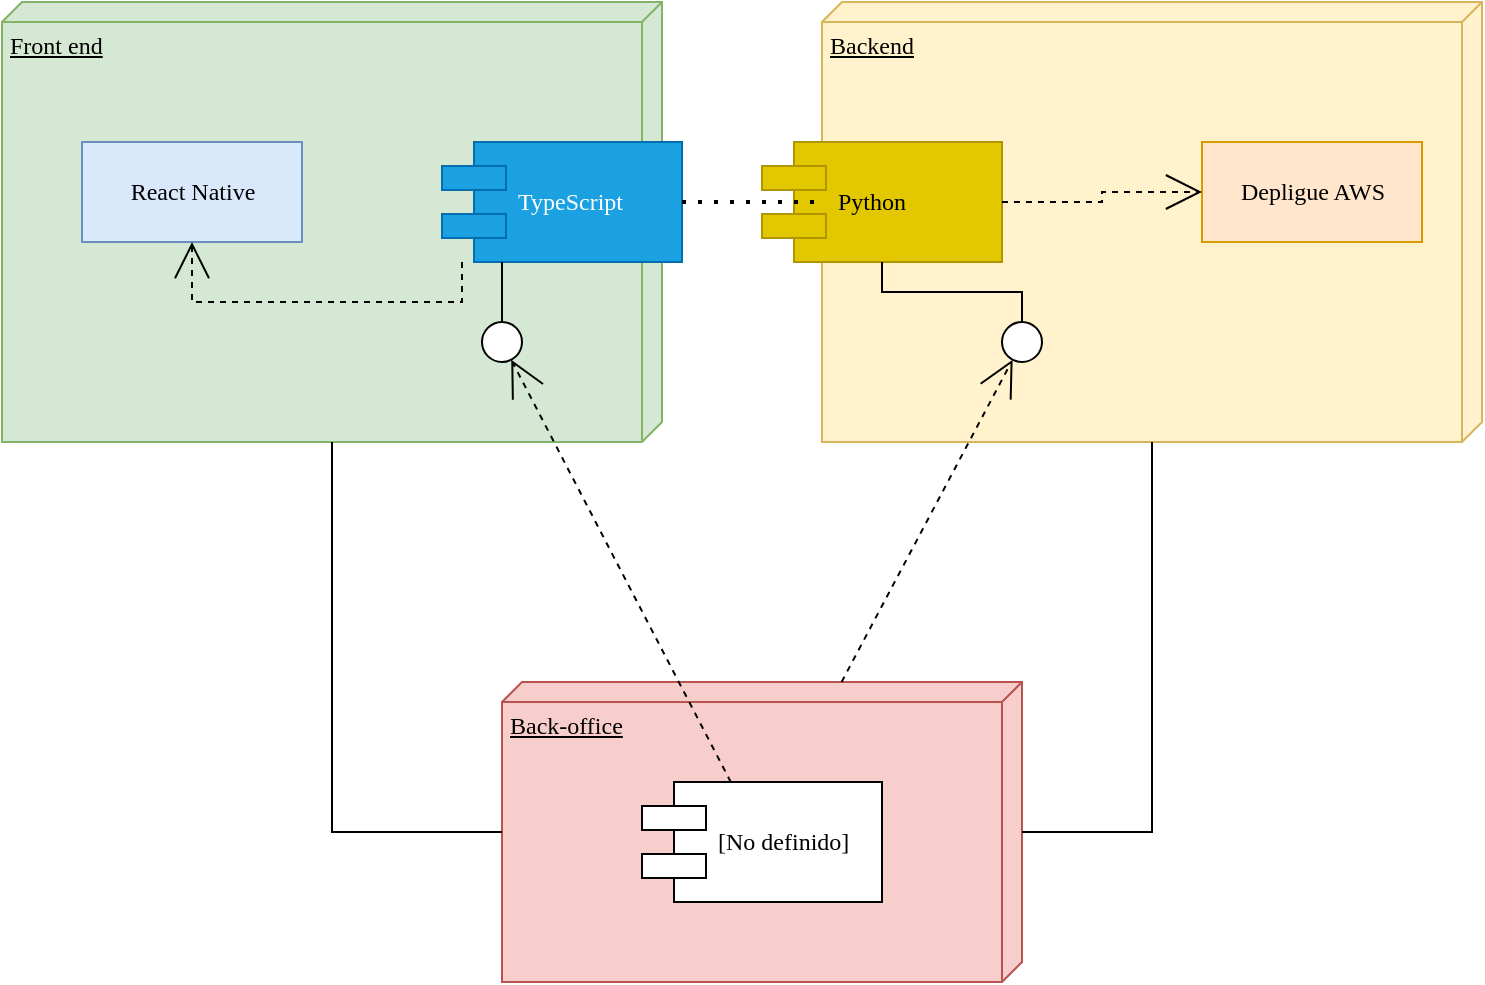
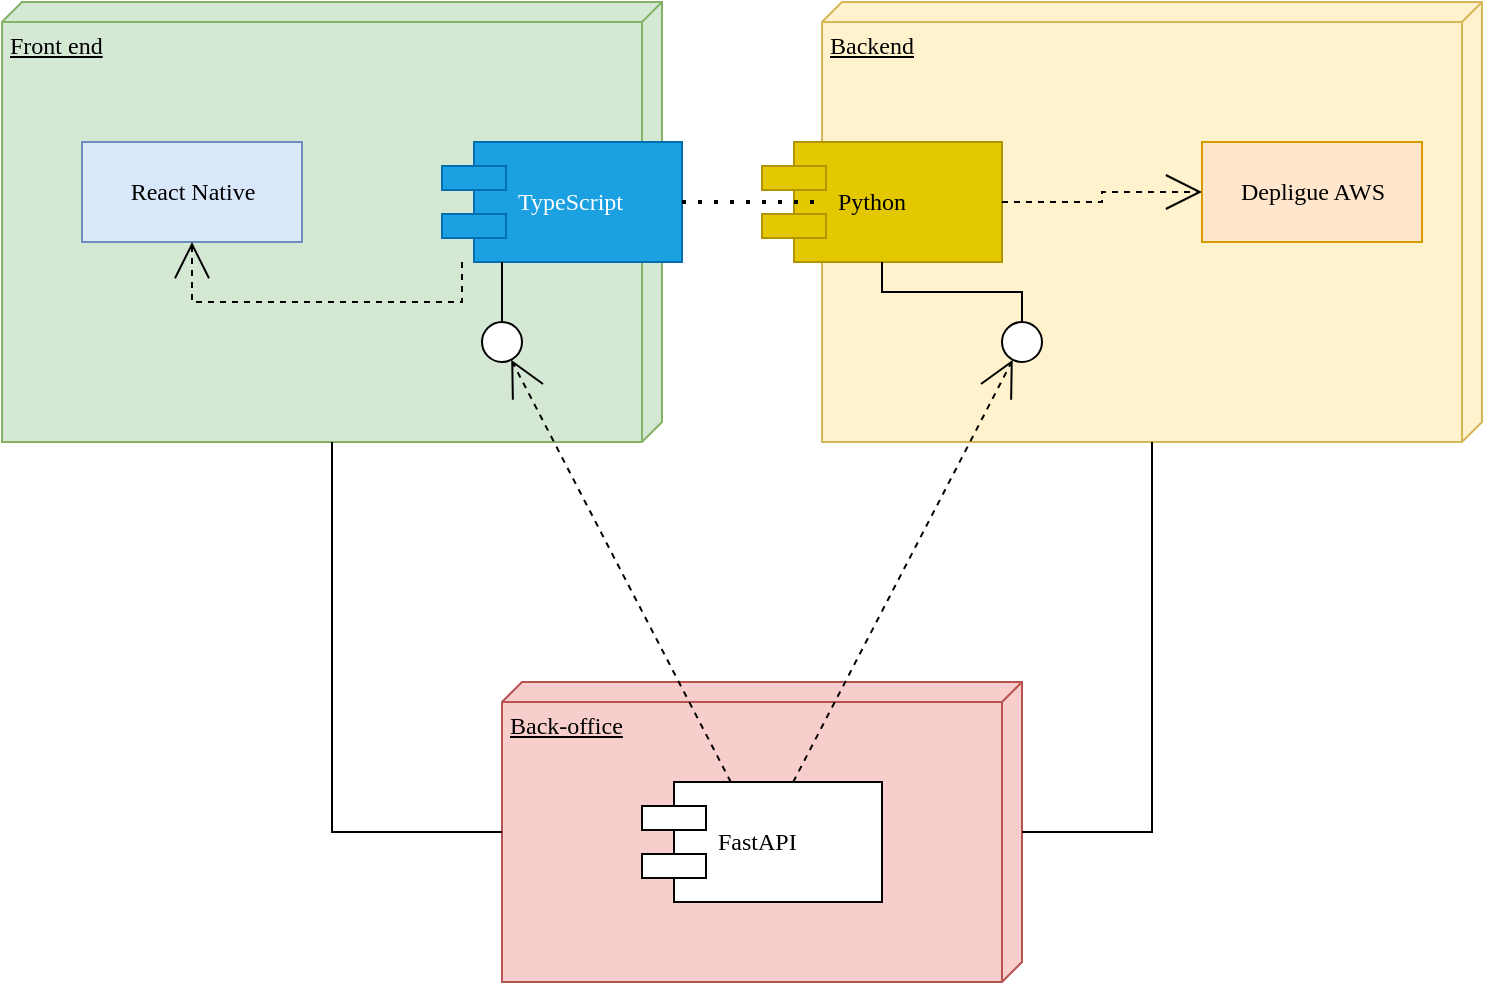
<mxfile host="app.diagrams.net" agent="Mozilla/5.0 (Windows NT 10.0; Win64; x64; rv:136.0) Gecko/20100101 Firefox/136.0" version="26.1.1">
  <diagram name="Page-1" id="5f0bae14-7c28-e335-631c-24af17079c00">
    <mxGraphModel dx="829" dy="616" grid="1" gridSize="10" guides="1" tooltips="1" connect="1" arrows="1" fold="1" page="1" pageScale="1" pageWidth="1100" pageHeight="850" background="none" math="0" shadow="0">
      <root>
        <mxCell id="0" />
        <mxCell id="1" parent="0" />
        <mxCell id="39150e848f15840c-1" value="Front end" style="verticalAlign=top;align=left;spacingTop=8;spacingLeft=2;spacingRight=12;shape=cube;size=10;direction=south;fontStyle=4;html=1;rounded=0;shadow=0;comic=0;labelBackgroundColor=none;strokeWidth=1;fontFamily=Verdana;fontSize=12;fillColor=#d5e8d4;strokeColor=#82b366;" parent="1" vertex="1">
          <mxGeometry x="120" y="70" width="330" height="220" as="geometry" />
        </mxCell>
        <mxCell id="39150e848f15840c-2" value="Backend" style="verticalAlign=top;align=left;spacingTop=8;spacingLeft=2;spacingRight=12;shape=cube;size=10;direction=south;fontStyle=4;html=1;rounded=0;shadow=0;comic=0;labelBackgroundColor=none;strokeWidth=1;fontFamily=Verdana;fontSize=12;fillColor=#fff2cc;strokeColor=#d6b656;" parent="1" vertex="1">
          <mxGeometry x="530" y="70" width="330" height="220" as="geometry" />
        </mxCell>
        <mxCell id="39150e848f15840c-3" value="Back-office" style="verticalAlign=top;align=left;spacingTop=8;spacingLeft=2;spacingRight=12;shape=cube;size=10;direction=south;fontStyle=4;html=1;rounded=0;shadow=0;comic=0;labelBackgroundColor=none;strokeWidth=1;fontFamily=Verdana;fontSize=12;fillColor=#f8cecc;strokeColor=#b85450;" parent="1" vertex="1">
          <mxGeometry x="370" y="410" width="260" height="150" as="geometry" />
        </mxCell>
        <mxCell id="39150e848f15840c-4" value="React Native" style="html=1;rounded=0;shadow=0;comic=0;labelBackgroundColor=none;strokeWidth=1;fontFamily=Verdana;fontSize=12;align=center;fillColor=#dae8fc;strokeColor=#6c8ebf;" parent="1" vertex="1">
          <mxGeometry x="160" y="140" width="110" height="50" as="geometry" />
        </mxCell>
        <mxCell id="39150e848f15840c-5" value="TypeScript" style="shape=component;align=left;spacingLeft=36;rounded=0;shadow=0;comic=0;labelBackgroundColor=none;strokeWidth=1;fontFamily=Verdana;fontSize=12;html=1;fillColor=#1ba1e2;fontColor=#ffffff;strokeColor=#006EAF;" parent="1" vertex="1">
          <mxGeometry x="340" y="140" width="120" height="60" as="geometry" />
        </mxCell>
        <mxCell id="39150e848f15840c-6" value="" style="ellipse;whiteSpace=wrap;html=1;rounded=0;shadow=0;comic=0;labelBackgroundColor=none;strokeWidth=1;fontFamily=Verdana;fontSize=12;align=center;" parent="1" vertex="1">
          <mxGeometry x="360" y="230" width="20" height="20" as="geometry" />
        </mxCell>
        <mxCell id="39150e848f15840c-7" value="Python" style="shape=component;align=left;spacingLeft=36;rounded=0;shadow=0;comic=0;labelBackgroundColor=none;strokeWidth=1;fontFamily=Verdana;fontSize=12;html=1;fillColor=#e3c800;fontColor=#000000;strokeColor=#B09500;" parent="1" vertex="1">
          <mxGeometry x="500" y="140" width="120" height="60" as="geometry" />
        </mxCell>
        <mxCell id="39150e848f15840c-8" value="Depligue AWS" style="html=1;rounded=0;shadow=0;comic=0;labelBackgroundColor=none;strokeWidth=1;fontFamily=Verdana;fontSize=12;align=center;fillColor=#ffe6cc;strokeColor=#d79b00;" parent="1" vertex="1">
          <mxGeometry x="720" y="140" width="110" height="50" as="geometry" />
        </mxCell>
        <mxCell id="39150e848f15840c-9" value="" style="ellipse;whiteSpace=wrap;html=1;rounded=0;shadow=0;comic=0;labelBackgroundColor=none;strokeWidth=1;fontFamily=Verdana;fontSize=12;align=center;" parent="1" vertex="1">
          <mxGeometry x="620" y="230" width="20" height="20" as="geometry" />
        </mxCell>
-         <mxCell id="39150e848f15840c-10" value="[No definido]" style="shape=component;align=left;spacingLeft=36;rounded=0;shadow=0;comic=0;labelBackgroundColor=none;strokeWidth=1;fontFamily=Verdana;fontSize=12;html=1;" parent="1" vertex="1">
+         <mxCell id="39150e848f15840c-10" value="FastAPI" style="shape=component;align=left;spacingLeft=36;rounded=0;shadow=0;comic=0;labelBackgroundColor=none;strokeWidth=1;fontFamily=Verdana;fontSize=12;html=1;" parent="1" vertex="1">
          <mxGeometry x="440" y="460" width="120" height="60" as="geometry" />
        </mxCell>
        <mxCell id="39150e848f15840c-11" style="edgeStyle=none;rounded=0;html=1;dashed=1;labelBackgroundColor=none;startArrow=none;startFill=0;startSize=8;endArrow=open;endFill=0;endSize=16;fontFamily=Verdana;fontSize=12;" parent="1" source="39150e848f15840c-10" target="39150e848f15840c-6" edge="1">
          <mxGeometry relative="1" as="geometry" />
        </mxCell>
-         <mxCell id="39150e848f15840c-12" style="edgeStyle=none;rounded=0;html=1;dashed=1;labelBackgroundColor=none;startArrow=none;startFill=0;startSize=8;endArrow=open;endFill=0;endSize=16;fontFamily=Verdana;fontSize=12;" parent="1" source="39150e848f15840c-3" target="39150e848f15840c-9" edge="1">
+         <mxCell id="39150e848f15840c-12" style="edgeStyle=none;rounded=0;html=1;dashed=1;labelBackgroundColor=none;startArrow=none;startFill=0;startSize=8;endArrow=open;endFill=0;endSize=16;fontFamily=Verdana;fontSize=12;" parent="1" source="39150e848f15840c-10" target="39150e848f15840c-9" edge="1">
          <mxGeometry relative="1" as="geometry" />
        </mxCell>
        <mxCell id="39150e848f15840c-13" style="edgeStyle=elbowEdgeStyle;rounded=0;html=1;labelBackgroundColor=none;startArrow=none;startFill=0;startSize=8;endArrow=none;endFill=0;endSize=16;fontFamily=Verdana;fontSize=12;" parent="1" source="39150e848f15840c-9" target="39150e848f15840c-7" edge="1">
          <mxGeometry relative="1" as="geometry" />
        </mxCell>
        <mxCell id="39150e848f15840c-14" style="edgeStyle=elbowEdgeStyle;rounded=0;html=1;labelBackgroundColor=none;startArrow=none;startFill=0;startSize=8;endArrow=none;endFill=0;endSize=16;fontFamily=Verdana;fontSize=12;" parent="1" source="39150e848f15840c-6" target="39150e848f15840c-5" edge="1">
          <mxGeometry relative="1" as="geometry" />
        </mxCell>
        <mxCell id="39150e848f15840c-15" style="edgeStyle=orthogonalEdgeStyle;rounded=0;html=1;labelBackgroundColor=none;startArrow=none;startFill=0;startSize=8;endArrow=open;endFill=0;endSize=16;fontFamily=Verdana;fontSize=12;dashed=1;" parent="1" source="39150e848f15840c-5" target="39150e848f15840c-4" edge="1">
          <mxGeometry relative="1" as="geometry">
            <Array as="points">
              <mxPoint x="350" y="220" />
              <mxPoint x="215" y="220" />
            </Array>
          </mxGeometry>
        </mxCell>
        <mxCell id="39150e848f15840c-16" style="edgeStyle=orthogonalEdgeStyle;rounded=0;html=1;dashed=1;labelBackgroundColor=none;startArrow=none;startFill=0;startSize=8;endArrow=open;endFill=0;endSize=16;fontFamily=Verdana;fontSize=12;" parent="1" source="39150e848f15840c-7" target="39150e848f15840c-8" edge="1">
          <mxGeometry relative="1" as="geometry" />
        </mxCell>
        <mxCell id="39150e848f15840c-17" style="edgeStyle=orthogonalEdgeStyle;rounded=0;html=1;labelBackgroundColor=none;startArrow=none;startFill=0;startSize=8;endArrow=none;endFill=0;endSize=16;fontFamily=Verdana;fontSize=12;" parent="1" source="39150e848f15840c-3" target="39150e848f15840c-2" edge="1">
          <mxGeometry relative="1" as="geometry">
            <Array as="points">
              <mxPoint x="695" y="485" />
            </Array>
          </mxGeometry>
        </mxCell>
        <mxCell id="39150e848f15840c-18" style="edgeStyle=orthogonalEdgeStyle;rounded=0;html=1;labelBackgroundColor=none;startArrow=none;startFill=0;startSize=8;endArrow=none;endFill=0;endSize=16;fontFamily=Verdana;fontSize=12;" parent="1" source="39150e848f15840c-3" target="39150e848f15840c-1" edge="1">
          <mxGeometry relative="1" as="geometry">
            <Array as="points">
              <mxPoint x="285" y="485" />
            </Array>
          </mxGeometry>
        </mxCell>
-         <mxCell id="ecIFM8nV8tm8DiA7cqdP-7" value="" style="endArrow=none;dashed=1;html=1;dashPattern=1 3;strokeWidth=2;rounded=0;exitX=1;exitY=0.5;exitDx=0;exitDy=0;" edge="1" parent="1" source="39150e848f15840c-5">
+         <mxCell id="ecIFM8nV8tm8DiA7cqdP-7" value="" style="endArrow=none;dashed=1;html=1;dashPattern=1 3;strokeWidth=2;rounded=0;exitX=1;exitY=0.5;exitDx=0;exitDy=0;" parent="1" source="39150e848f15840c-5" edge="1">
          <mxGeometry width="50" height="50" relative="1" as="geometry">
            <mxPoint x="410" y="350" as="sourcePoint" />
            <mxPoint x="530" y="170" as="targetPoint" />
            <Array as="points">
              <mxPoint x="530" y="170" />
            </Array>
          </mxGeometry>
        </mxCell>
      </root>
    </mxGraphModel>
  </diagram>
</mxfile>
